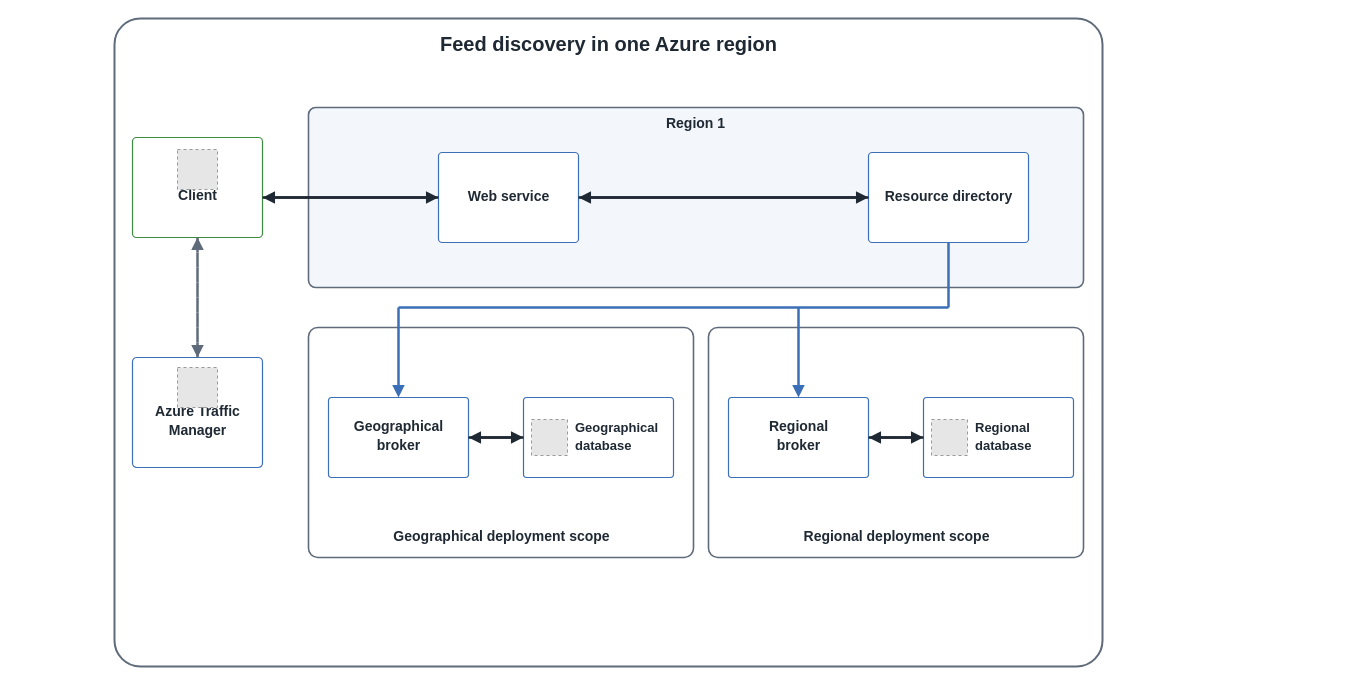
Above: src/img/avd/AVD-Post-02-Feed-Discovery-v3.drawio in AddySidd27/cloud-ai-notes (draw.io), before the change. Source tidied: cells renumbered, new cells numbered last; positions are measured from the earlier drawing's top-left corner, leaving out a move shared by most shapes. Both pictures are drawn from the tidied source at 100%, with x=0, y=0 at pixel (17, 18). Pictures stored in the file or linked from it are replaced by grey dashed boxes.
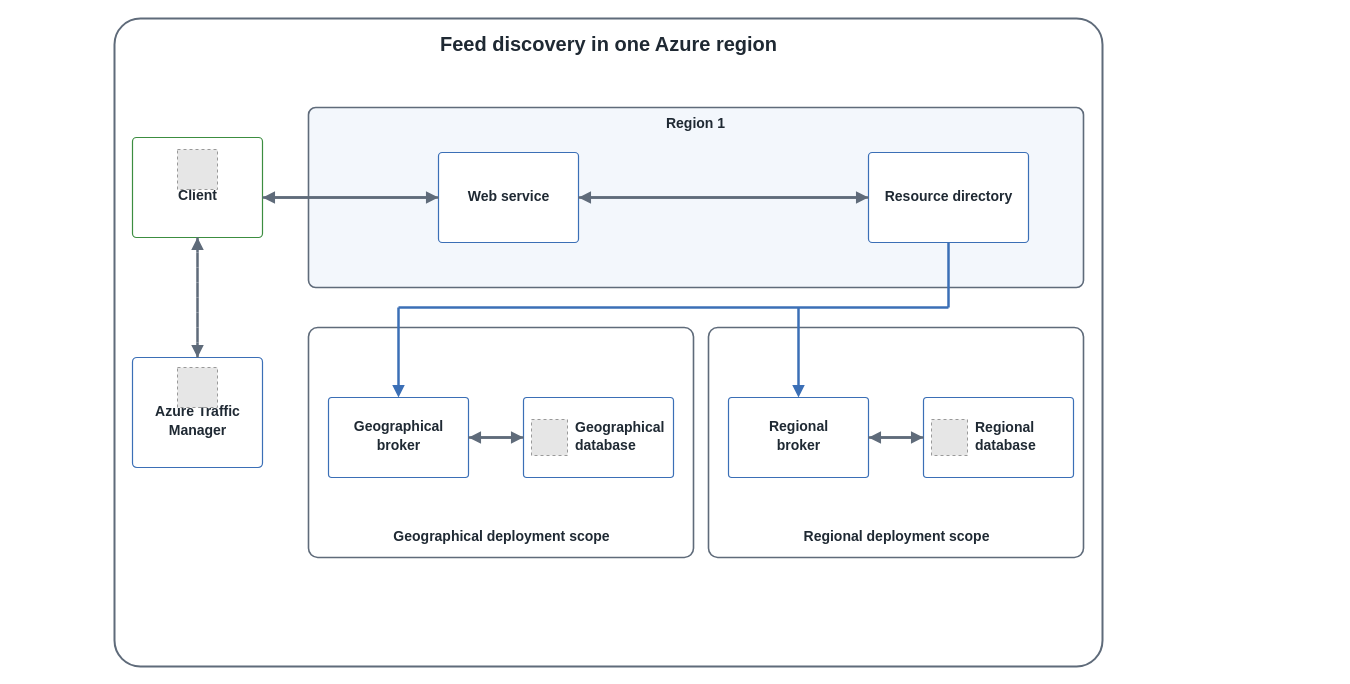
Above is the later version.

Diff of the diagram source:
```diff
@@
-    <mxCell id="21" style="endArrow=block;html=1;strokeWidth=2.5;strokeColor=#1f2933;" parent="1" edge="1">
+    <mxCell id="21" style="endArrow=block;html=1;strokeWidth=2.5;strokeColor=#5f6b7a;" parent="1" edge="1">
       <mxGeometry relative="1" as="geometry">
         <mxPoint x="245" y="179" as="sourcePoint" />
         <mxPoint x="421" y="179" as="targetPoint" />
       </mxGeometry>
     </mxCell>
-    <mxCell id="22" style="endArrow=block;html=1;strokeWidth=2.5;strokeColor=#1f2933;" parent="1" edge="1">
+    <mxCell id="22" style="endArrow=block;html=1;strokeWidth=2.5;strokeColor=#5f6b7a;" parent="1" edge="1">
       <mxGeometry relative="1" as="geometry">
         <mxPoint x="421" y="179" as="sourcePoint" />
         <mxPoint x="245" y="179" as="targetPoint" />
       </mxGeometry>
     </mxCell>
-    <mxCell id="23" style="endArrow=block;html=1;strokeWidth=2.5;strokeColor=#1f2933;" parent="1" edge="1">
+    <mxCell id="23" style="endArrow=block;html=1;strokeWidth=2.5;strokeColor=#5f6b7a;" parent="1" edge="1">
       <mxGeometry relative="1" as="geometry">
         <mxPoint x="561" y="179" as="sourcePoint" />
         <mxPoint x="851" y="179" as="targetPoint" />
       </mxGeometry>
     </mxCell>
-    <mxCell id="24" style="endArrow=block;html=1;strokeWidth=2.5;strokeColor=#1f2933;" parent="1" edge="1">
+    <mxCell id="24" style="endArrow=block;html=1;strokeWidth=2.5;strokeColor=#5f6b7a;" parent="1" edge="1">
       <mxGeometry relative="1" as="geometry">
         <mxPoint x="851" y="179" as="sourcePoint" />
         <mxPoint x="561" y="179" as="targetPoint" />
       </mxGeometry>
     </mxCell>
@@
-    <mxCell id="32" value="Geographical" style="text;html=1;align=left;verticalAlign=middle;fontSize=13;fontColor=#1f2933;fontStyle=1;" parent="1" vertex="1">
+    <mxCell id="32" value="Geographical" style="text;html=1;align=left;verticalAlign=middle;fontSize=14;fontColor=#1f2933;fontStyle=1;" parent="1" vertex="1">
       <mxGeometry x="556" y="399" width="360" height="19" as="geometry" />
     </mxCell>
-    <mxCell id="33" value="database" style="text;html=1;align=left;verticalAlign=middle;fontSize=13;fontColor=#1f2933;fontStyle=1;" parent="1" vertex="1">
+    <mxCell id="33" value="database" style="text;html=1;align=left;verticalAlign=middle;fontSize=14;fontColor=#1f2933;fontStyle=1;" parent="1" vertex="1">
       <mxGeometry x="556" y="417" width="360" height="19" as="geometry" />
     </mxCell>
-    <mxCell id="34" style="endArrow=block;html=1;strokeWidth=2.5;strokeColor=#1f2933;" parent="1" edge="1">
+    <mxCell id="34" style="endArrow=block;html=1;strokeWidth=2.5;strokeColor=#5f6b7a;" parent="1" edge="1">
       <mxGeometry relative="1" as="geometry">
         <mxPoint x="451" y="419" as="sourcePoint" />
         <mxPoint x="506" y="419" as="targetPoint" />
       </mxGeometry>
     </mxCell>
-    <mxCell id="35" style="endArrow=block;html=1;strokeWidth=2.5;strokeColor=#1f2933;" parent="1" edge="1">
+    <mxCell id="35" style="endArrow=block;html=1;strokeWidth=2.5;strokeColor=#5f6b7a;" parent="1" edge="1">
       <mxGeometry relative="1" as="geometry">
         <mxPoint x="506" y="419" as="sourcePoint" />
         <mxPoint x="451" y="419" as="targetPoint" />
       </mxGeometry>
     </mxCell>
@@
-    <mxCell id="43" value="Regional" style="text;html=1;align=left;verticalAlign=middle;fontSize=13;fontColor=#1f2933;fontStyle=1;" parent="1" vertex="1">
+    <mxCell id="43" value="Regional" style="text;html=1;align=left;verticalAlign=middle;fontSize=14;fontColor=#1f2933;fontStyle=1;" parent="1" vertex="1">
       <mxGeometry x="956" y="399" width="360" height="19" as="geometry" />
     </mxCell>
-    <mxCell id="44" value="database" style="text;html=1;align=left;verticalAlign=middle;fontSize=13;fontColor=#1f2933;fontStyle=1;" parent="1" vertex="1">
+    <mxCell id="44" value="database" style="text;html=1;align=left;verticalAlign=middle;fontSize=14;fontColor=#1f2933;fontStyle=1;" parent="1" vertex="1">
       <mxGeometry x="956" y="417" width="360" height="19" as="geometry" />
     </mxCell>
-    <mxCell id="45" style="endArrow=block;html=1;strokeWidth=2.5;strokeColor=#1f2933;" parent="1" edge="1">
+    <mxCell id="45" style="endArrow=block;html=1;strokeWidth=2.5;strokeColor=#5f6b7a;" parent="1" edge="1">
       <mxGeometry relative="1" as="geometry">
         <mxPoint x="851" y="419" as="sourcePoint" />
         <mxPoint x="906" y="419" as="targetPoint" />
       </mxGeometry>
     </mxCell>
-    <mxCell id="46" style="endArrow=block;html=1;strokeWidth=2.5;strokeColor=#1f2933;" parent="1" edge="1">
+    <mxCell id="46" style="endArrow=block;html=1;strokeWidth=2.5;strokeColor=#5f6b7a;" parent="1" edge="1">
       <mxGeometry relative="1" as="geometry">
         <mxPoint x="906" y="419" as="sourcePoint" />
         <mxPoint x="851" y="419" as="targetPoint" />
       </mxGeometry>
     </mxCell>
```
